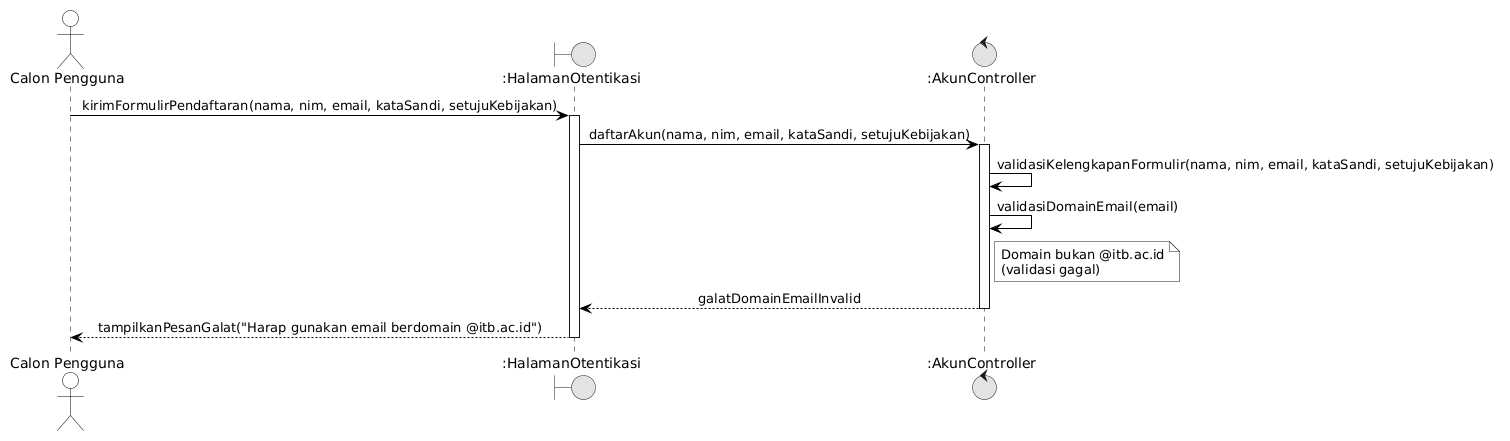
This is docs/M7/assets/diagram/Sequence_UC01_Alt1.png from ghaniyul/IF2150-RPL-K01-G02, a PlantUML export, as it was before one commit. Source of this version:
```plantuml
@startuml
skinparam monochrome true
skinparam shadowing false
skinparam defaultFontName Arial
skinparam sequenceMessageAlign center
skinparam backgroundColor #FFFFFF

skinparam participant {
    BackgroundColor #FFFFFF
    BorderColor #000000
}
skinparam actor {
    BackgroundColor #FFFFFF
    BorderColor #000000
}
skinparam sequence {
    LifeLineBackgroundColor #FFFFFF
    LifeLineBorderColor #000000
    ArrowColor #000000
    ActorBorderColor #000000
    ActorBackgroundColor #FFFFFF
    GroupBorderColor #000000
    GroupBackgroundColor #FFFFFF
}

actor "Calon Pengguna" as User
boundary ":HalamanOtentikasi" as UI
control ":AkunController" as Ctrl

User -> UI: kirimFormulirPendaftaran(nama, nim, email, kataSandi, setujuKebijakan)
activate UI
UI -> Ctrl: daftarAkun(nama, nim, email, kataSandi, setujuKebijakan)
activate Ctrl
Ctrl -> Ctrl: validasiKelengkapanFormulir(nama, nim, email, kataSandi, setujuKebijakan)
Ctrl -> Ctrl: validasiDomainEmail(email)
note right of Ctrl: Domain bukan @itb.ac.id\n(validasi gagal)
Ctrl --> UI: galatDomainEmailInvalid
deactivate Ctrl
UI --> User: tampilkanPesanGalat("Harap gunakan email berdomain @itb.ac.id")
deactivate UI
@enduml
```
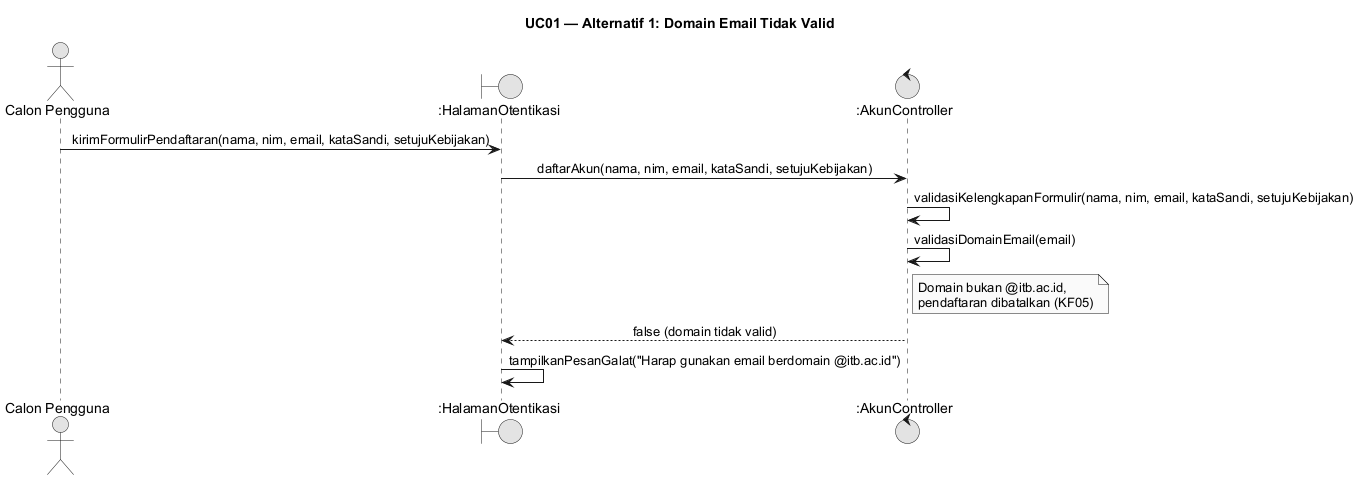
The same diagram one commit later.

Diff of the diagram source:
```diff
@@ -4,38 +4,16 @@
 skinparam defaultFontName Arial
 skinparam sequenceMessageAlign center
 skinparam backgroundColor #FFFFFF
-
-skinparam participant {
-    BackgroundColor #FFFFFF
-    BorderColor #000000
-}
-skinparam actor {
-    BackgroundColor #FFFFFF
-    BorderColor #000000
-}
-skinparam sequence {
-    LifeLineBackgroundColor #FFFFFF
-    LifeLineBorderColor #000000
-    ArrowColor #000000
-    ActorBorderColor #000000
-    ActorBackgroundColor #FFFFFF
-    GroupBorderColor #000000
-    GroupBackgroundColor #FFFFFF
-}
-
+skinparam responseMessageBelowArrow true
+title UC01 — Alternatif 1: Domain Email Tidak Valid
 actor "Calon Pengguna" as User
-boundary ":HalamanOtentikasi" as UI
-control ":AkunController" as Ctrl
-
-User -> UI: kirimFormulirPendaftaran(nama, nim, email, kataSandi, setujuKebijakan)
-activate UI
-UI -> Ctrl: daftarAkun(nama, nim, email, kataSandi, setujuKebijakan)
-activate Ctrl
-Ctrl -> Ctrl: validasiKelengkapanFormulir(nama, nim, email, kataSandi, setujuKebijakan)
-Ctrl -> Ctrl: validasiDomainEmail(email)
-note right of Ctrl: Domain bukan @itb.ac.id\n(validasi gagal)
-Ctrl --> UI: galatDomainEmailInvalid
-deactivate Ctrl
-UI --> User: tampilkanPesanGalat("Harap gunakan email berdomain @itb.ac.id")
-deactivate UI
+boundary ":HalamanOtentikasi" as UIo
+control ":AkunController" as AC
+User -> UIo: kirimFormulirPendaftaran(nama, nim, email, kataSandi, setujuKebijakan)
+UIo -> AC: daftarAkun(nama, nim, email, kataSandi, setujuKebijakan)
+AC -> AC: validasiKelengkapanFormulir(nama, nim, email, kataSandi, setujuKebijakan)
+AC -> AC: validasiDomainEmail(email)
+note right of AC: Domain bukan @itb.ac.id,\npendaftaran dibatalkan (KF05)
+AC --> UIo: false (domain tidak valid)
+UIo -> UIo: tampilkanPesanGalat("Harap gunakan email berdomain @itb.ac.id")
 @enduml
```
